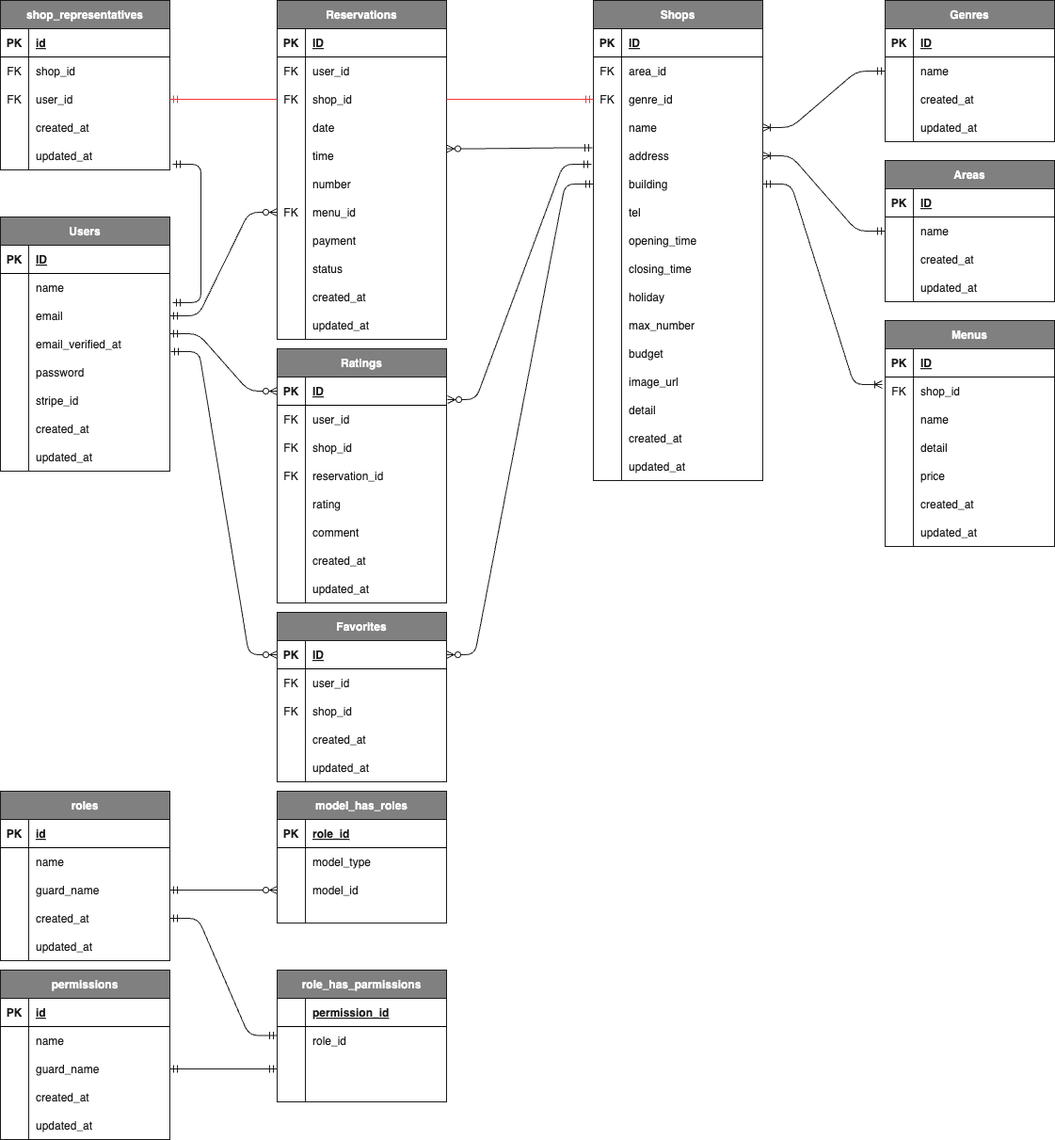
k-sasaki066/Rese keeps this draw.io diagram as src/Rese.drawio.png. Above is the earlier version. Source tidied: cells renumbered, new cells last; positions are measured from the earlier drawing's top-left corner, leaving out a move shared by most shapes.
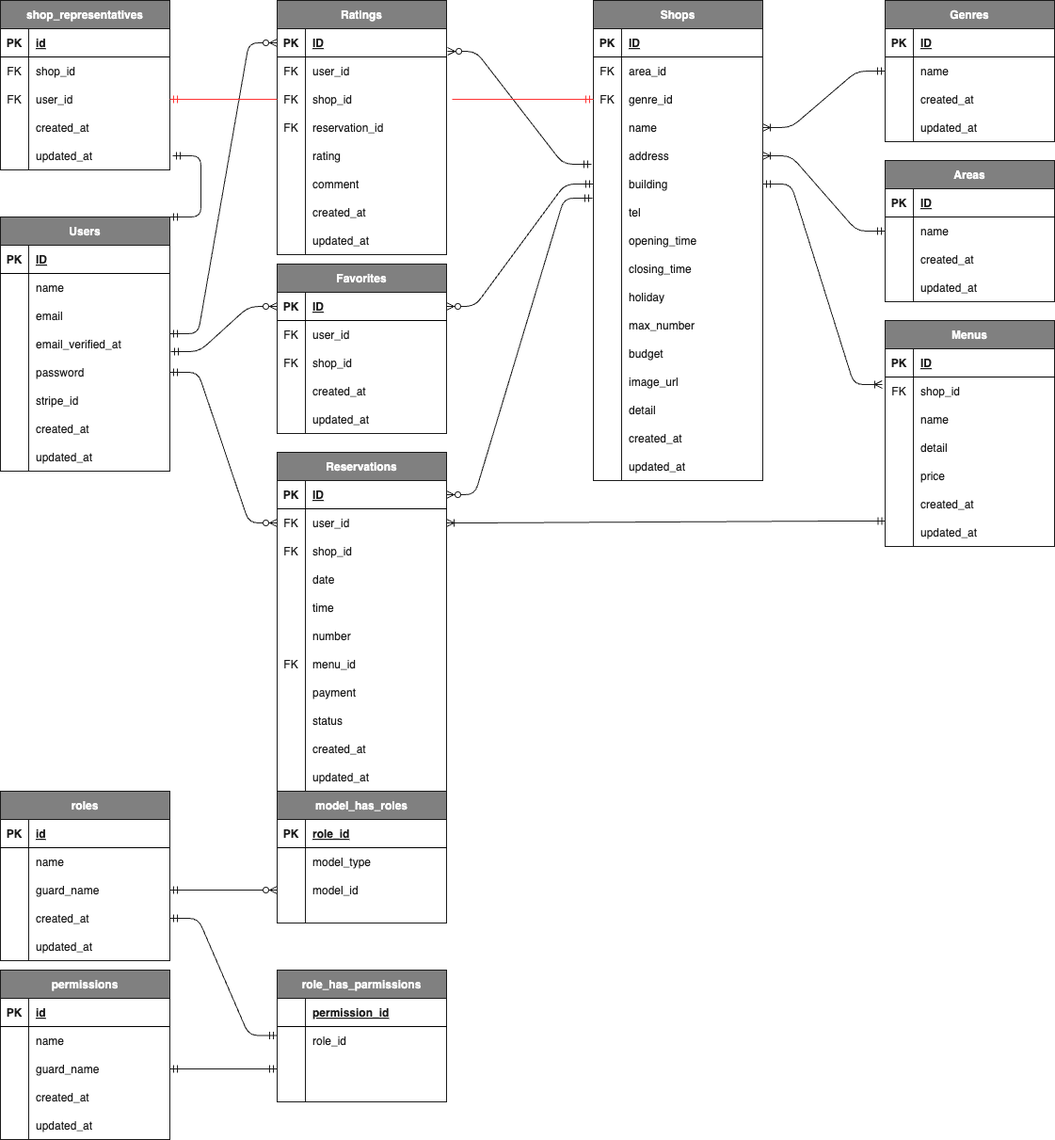
The same file after the commit.

Change to the diagram source:
```diff
@@ -81,7 +81,7 @@
       <mxGeometry x="30" width="150" height="30" as="geometry" />
     </mxCell>
     <mxCell id="28" value="Favorites" style="shape=table;startSize=30;rowLines=0;fontStyle=1;align=center;fontColor=#FFFFFF;labelBackgroundColor=none;labelBorderColor=none;fillColor=#808080;strokeColor=#1A1A1A;" parent="1" vertex="1">
-      <mxGeometry x="294" y="650" width="180" height="180" as="geometry" />
+      <mxGeometry x="294" y="280" width="180" height="180" as="geometry" />
     </mxCell>
     <mxCell id="29" style="shape=tableRow;horizontal=0;startSize=0;swimlaneHead=0;swimlaneBody=0;fillColor=none;points=[[0,0.5],[1,0.5]];portConstraint=eastwest;top=0;left=0;right=0;bottom=1;fontColor=#1A1A1A;" parent="28" vertex="1">
       <mxGeometry y="30" width="180" height="30" as="geometry" />
@@ -195,7 +195,7 @@
       <mxGeometry x="30" width="150" height="30" as="geometry" />
     </mxCell>
     <mxCell id="66" value="Ratings" style="shape=table;startSize=30;rowLines=0;fontStyle=1;align=center;fontColor=#FFFFFF;labelBackgroundColor=none;labelBorderColor=none;fillColor=#808080;strokeColor=#1A1A1A;" parent="1" vertex="1">
-      <mxGeometry x="294" y="370" width="180" height="270" as="geometry" />
+      <mxGeometry x="294" width="180" height="270" as="geometry" />
     </mxCell>
     <mxCell id="67" style="shape=tableRow;horizontal=0;startSize=0;swimlaneHead=0;swimlaneBody=0;fillColor=none;points=[[0,0.5],[1,0.5]];portConstraint=eastwest;top=0;left=0;right=0;bottom=1;fontColor=#1A1A1A;" parent="66" vertex="1">
       <mxGeometry y="30" width="180" height="30" as="geometry" />
@@ -722,7 +722,7 @@
     <mxCell id="241" style="edgeStyle=entityRelationEdgeStyle;fontSize=12;html=1;endArrow=ERoneToMany;startArrow=ERmandOne;fontColor=#1A1A1A;strokeColor=#1A1A1A;entryX=-0.017;entryY=0.267;entryDx=0;entryDy=0;entryPerimeter=0;exitX=1;exitY=0.5;exitDx=0;exitDy=0;" parent="1" edge="1" source="107" target="48">
       <mxGeometry relative="1" as="geometry" />
     </mxCell>
-    <mxCell id="242" style="edgeStyle=entityRelationEdgeStyle;fontSize=12;html=1;endArrow=ERzeroToMany;startArrow=ERmandOne;strokeColor=#1A1A1A;fontColor=#1A1A1A;entryX=1;entryY=0.25;entryDx=0;entryDy=0;exitX=-0.006;exitY=0.217;exitDx=0;exitDy=0;exitPerimeter=0;entryPerimeter=0;" parent="1" edge="1" source="104" target="265">
+    <mxCell id="242" style="edgeStyle=entityRelationEdgeStyle;fontSize=12;html=1;endArrow=ERzeroToMany;startArrow=ERmandOne;strokeColor=#1A1A1A;fontColor=#1A1A1A;entryX=1;entryY=0.5;entryDx=0;entryDy=0;exitX=-0.006;exitY=0;exitDx=0;exitDy=0;exitPerimeter=0;" parent="1" edge="1" source="110" target="253">
       <mxGeometry relative="1" as="geometry" />
     </mxCell>
     <mxCell id="243" style="edgeStyle=entityRelationEdgeStyle;fontSize=12;html=1;endArrow=ERzeroToMany;startArrow=ERmandOne;strokeColor=#1A1A1A;fontColor=#1A1A1A;exitX=-0.011;exitY=0.8;exitDx=0;exitDy=0;entryX=1.006;entryY=0.8;entryDx=0;entryDy=0;entryPerimeter=0;exitPerimeter=0;" parent="1" edge="1" source="104" target="67">
@@ -731,10 +731,12 @@
     <mxCell id="244" style="edgeStyle=entityRelationEdgeStyle;fontSize=12;html=1;endArrow=ERzeroToMany;startArrow=ERmandOne;strokeColor=#1A1A1A;fontColor=#1A1A1A;exitX=0;exitY=0.5;exitDx=0;exitDy=0;entryX=1;entryY=0.5;entryDx=0;entryDy=0;" parent="1" edge="1" source="107" target="29">
       <mxGeometry relative="1" as="geometry" />
     </mxCell>
-    <mxCell id="245" style="edgeStyle=entityRelationEdgeStyle;fontSize=12;html=1;endArrow=ERmandOne;startArrow=ERmandOne;strokeColor=#1A1A1A;fontColor=#1A1A1A;entryX=1.017;entryY=1.033;entryDx=0;entryDy=0;entryPerimeter=0;exitX=1.017;exitY=0.8;exitDx=0;exitDy=0;exitPerimeter=0;" parent="1" edge="1" source="236" target="144">
-      <mxGeometry relative="1" as="geometry" />
+    <mxCell id="245" style="edgeStyle=entityRelationEdgeStyle;fontSize=12;html=1;endArrow=ERmandOne;startArrow=ERmandOne;strokeColor=#1A1A1A;fontColor=#1A1A1A;entryX=1;entryY=0;entryDx=0;entryDy=0;" parent="1" edge="1" target="140">
+      <mxGeometry relative="1" as="geometry">
+        <mxPoint x="183" y="165" as="sourcePoint" />
+      </mxGeometry>
     </mxCell>
-    <mxCell id="246" style="edgeStyle=entityRelationEdgeStyle;fontSize=12;html=1;endArrow=ERzeroToMany;startArrow=ERmandOne;strokeColor=#1A1A1A;fontColor=#1A1A1A;entryX=0;entryY=0.5;entryDx=0;entryDy=0;exitX=1;exitY=0.5;exitDx=0;exitDy=0;" parent="1" edge="1" source="147" target="271">
+    <mxCell id="246" style="edgeStyle=entityRelationEdgeStyle;fontSize=12;html=1;endArrow=ERzeroToMany;startArrow=ERmandOne;strokeColor=#1A1A1A;fontColor=#1A1A1A;entryX=0;entryY=0.5;entryDx=0;entryDy=0;exitX=1;exitY=0.5;exitDx=0;exitDy=0;" parent="1" edge="1" source="153" target="256">
       <mxGeometry relative="1" as="geometry" />
     </mxCell>
     <mxCell id="247" style="edgeStyle=entityRelationEdgeStyle;fontSize=12;html=1;endArrow=ERzeroToMany;startArrow=ERmandOne;strokeColor=#1A1A1A;fontColor=#1A1A1A;entryX=0;entryY=0.5;entryDx=0;entryDy=0;exitX=1;exitY=0.133;exitDx=0;exitDy=0;exitPerimeter=0;" parent="1" edge="1" source="150" target="67">
@@ -755,7 +757,7 @@
       <mxGeometry relative="1" as="geometry" />
     </mxCell>
     <mxCell id="252" value="Reservations" style="shape=table;startSize=30;rowLines=0;fontStyle=1;align=center;fontColor=#FFFFFF;labelBackgroundColor=none;labelBorderColor=none;fillColor=#808080;strokeColor=#1A1A1A;" parent="1" vertex="1">
-      <mxGeometry x="294" width="180" height="360" as="geometry" />
+      <mxGeometry x="294" y="480" width="180" height="360" as="geometry" />
     </mxCell>
     <mxCell id="253" style="shape=tableRow;horizontal=0;startSize=0;swimlaneHead=0;swimlaneBody=0;fillColor=none;points=[[0,0.5],[1,0.5]];portConstraint=eastwest;top=0;left=0;right=0;bottom=1;fontColor=#1A1A1A;" parent="252" vertex="1">
       <mxGeometry y="30" width="180" height="30" as="geometry" />
@@ -856,11 +858,16 @@
     <mxCell id="285" value="updated_at" style="shape=partialRectangle;fillColor=none;top=0;left=0;bottom=0;right=0;align=left;spacingLeft=6;overflow=hidden;fontColor=#1A1A1A;" parent="283" vertex="1">
       <mxGeometry x="30" width="150" height="30" as="geometry" />
     </mxCell>
-    <mxCell id="286" style="edgeStyle=entityRelationEdgeStyle;fontSize=12;html=1;endArrow=ERmandOne;strokeColor=#FF3333;fontColor=#1A1A1A;entryX=0;entryY=0.5;entryDx=0;entryDy=0;exitX=1;exitY=0.5;exitDx=0;exitDy=0;" parent="1" edge="1" source="259" target="98">
-      <mxGeometry relative="1" as="geometry" />
+    <mxCell id="286" style="edgeStyle=entityRelationEdgeStyle;fontSize=12;html=1;endArrow=ERmandOne;strokeColor=#FF3333;fontColor=#1A1A1A;entryX=0;entryY=0.5;entryDx=0;entryDy=0;" parent="1" edge="1" target="98">
+      <mxGeometry relative="1" as="geometry">
+        <mxPoint x="480" y="105" as="sourcePoint" />
+      </mxGeometry>
     </mxCell>
-    <mxCell id="287" style="edgeStyle=entityRelationEdgeStyle;fontSize=12;html=1;endArrow=ERmandOne;strokeColor=#FF3333;fontColor=#1A1A1A;entryX=1;entryY=0.5;entryDx=0;entryDy=0;exitX=0;exitY=0.5;exitDx=0;exitDy=0;labelBorderColor=none;labelBackgroundColor=#B3B3B3;" parent="1" edge="1" source="259" target="230">
+    <mxCell id="287" style="edgeStyle=entityRelationEdgeStyle;fontSize=12;html=1;endArrow=ERmandOne;strokeColor=#FF3333;fontColor=#1A1A1A;entryX=1;entryY=0.5;entryDx=0;entryDy=0;labelBorderColor=none;labelBackgroundColor=#B3B3B3;exitX=0;exitY=0.5;exitDx=0;exitDy=0;" parent="1" edge="1" source="73" target="230">
       <mxGeometry relative="1" as="geometry" />
     </mxCell>
+    <mxCell id="288" style="edgeStyle=entityRelationEdgeStyle;fontSize=12;html=1;endArrow=ERoneToMany;startArrow=ERmandOne;fontColor=#1A1A1A;strokeColor=#1A1A1A;entryX=1;entryY=0.5;entryDx=0;entryDy=0;exitX=0.003;exitY=0.097;exitDx=0;exitDy=0;exitPerimeter=0;" parent="1" edge="1" source="63" target="256">
+      <mxGeometry relative="1" as="geometry" />
+    </mxCell>
   </root>
 </mxGraphModel>
```
